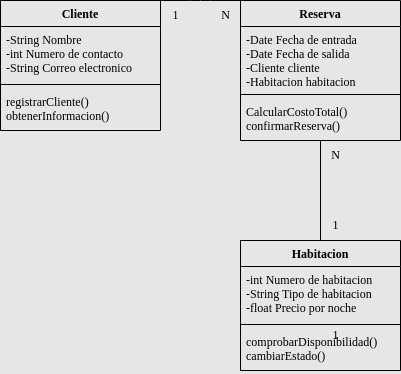
The draw.io diagram SistemaReservasHoteles.drawio.png in alexfdb/Diagramas-de-Clases, before a commit. Source tidied: cells renumbered, new cells last; positions are measured from the earlier drawing's top-left corner, leaving out a move shared by most shapes. The source it was exported from:
```xml
<mxGraphModel background="#E6E6E6">
  <root>
    <mxCell id="0" />
    <mxCell id="1" parent="0" />
    <mxCell id="2" value="Habitacion" style="swimlane;fontStyle=1;align=center;verticalAlign=top;horizontal=1;startSize=26;fontFamily=Times New Roman;fillColor=none;" parent="1" vertex="1">
      <mxGeometry x="240" y="240" width="160" height="130" as="geometry" />
    </mxCell>
    <mxCell id="3" value="-int Numero de habitacion&#10;-String Tipo de habitacion&#10;-float Precio por noche" style="text;strokeColor=none;fillColor=none;align=left;verticalAlign=top;spacingLeft=4;spacingRight=4;overflow=hidden;fontFamily=Times New Roman;" parent="2" vertex="1">
      <mxGeometry y="26" width="160" height="54" as="geometry" />
    </mxCell>
    <mxCell id="4" style="line;strokeWidth=1;fillColor=none;align=left;verticalAlign=middle;spacingTop=-1;spacingLeft=3;spacingRight=3;labelPosition=right;strokeColor=inherit;fontFamily=Times New Roman;" parent="2" vertex="1">
      <mxGeometry y="80" width="160" height="8" as="geometry" />
    </mxCell>
    <mxCell id="5" value="comprobarDisponibilidad()&#10;cambiarEstado()" style="text;strokeColor=none;fillColor=none;align=left;verticalAlign=top;spacingLeft=4;spacingRight=4;overflow=hidden;fontFamily=Times New Roman;" parent="2" vertex="1">
      <mxGeometry y="88" width="160" height="42" as="geometry" />
    </mxCell>
    <mxCell id="6" value="Cliente" style="swimlane;fontStyle=1;align=center;verticalAlign=top;horizontal=1;startSize=26;fontFamily=Times New Roman;fillColor=none;" parent="1" vertex="1">
      <mxGeometry width="160" height="130" as="geometry" />
    </mxCell>
    <mxCell id="7" value="-String Nombre&#10;-int Numero de contacto&#10;-String Correo electronico" style="text;strokeColor=none;fillColor=none;align=left;verticalAlign=top;spacingLeft=4;spacingRight=4;overflow=hidden;fontFamily=Times New Roman;" parent="6" vertex="1">
      <mxGeometry y="26" width="160" height="54" as="geometry" />
    </mxCell>
    <mxCell id="8" style="line;strokeWidth=1;fillColor=none;align=left;verticalAlign=middle;spacingTop=-1;spacingLeft=3;spacingRight=3;labelPosition=right;strokeColor=inherit;fontFamily=Times New Roman;" parent="6" vertex="1">
      <mxGeometry y="80" width="160" height="8" as="geometry" />
    </mxCell>
    <mxCell id="9" value="registrarCliente()&#10;obtenerInformacion()" style="text;strokeColor=none;fillColor=none;align=left;verticalAlign=top;spacingLeft=4;spacingRight=4;overflow=hidden;fontFamily=Times New Roman;" parent="6" vertex="1">
      <mxGeometry y="88" width="160" height="42" as="geometry" />
    </mxCell>
    <mxCell id="10" value="Reserva" style="swimlane;fontStyle=1;align=center;verticalAlign=top;horizontal=1;startSize=26;fontFamily=Times New Roman;fillColor=none;" parent="1" vertex="1">
      <mxGeometry x="240" width="160" height="140" as="geometry" />
    </mxCell>
    <mxCell id="11" value="-Date Fecha de entrada&#10;-Date Fecha de salida&#10;-Cliente cliente&#10;-Habitacion habitacion" style="text;strokeColor=none;fillColor=none;align=left;verticalAlign=top;spacingLeft=4;spacingRight=4;overflow=hidden;fontFamily=Times New Roman;" parent="10" vertex="1">
      <mxGeometry y="26" width="160" height="64" as="geometry" />
    </mxCell>
    <mxCell id="12" style="line;strokeWidth=1;fillColor=none;align=left;verticalAlign=middle;spacingTop=-1;spacingLeft=3;spacingRight=3;labelPosition=right;strokeColor=inherit;fontFamily=Times New Roman;" parent="10" vertex="1">
      <mxGeometry y="90" width="160" height="8" as="geometry" />
    </mxCell>
    <mxCell id="13" value="CalcularCostoTotal()&#10;confirmarReserva()" style="text;strokeColor=none;fillColor=none;align=left;verticalAlign=top;spacingLeft=4;spacingRight=4;overflow=hidden;fontFamily=Times New Roman;" parent="10" vertex="1">
      <mxGeometry y="98" width="160" height="42" as="geometry" />
    </mxCell>
    <mxCell id="14" style="edgeStyle=none;html=1;endArrow=none;endFill=0;fontFamily=Times New Roman;startArrow=none;startFill=0;entryX=1;entryY=0;entryDx=0;entryDy=0;exitX=0;exitY=0;exitDx=0;exitDy=0;" parent="1" edge="1" source="10" target="6">
      <mxGeometry relative="1" as="geometry">
        <Array as="points">
          <mxPoint x="200" />
        </Array>
      </mxGeometry>
    </mxCell>
    <mxCell id="15" style="edgeStyle=none;html=1;endArrow=none;endFill=0;fontFamily=Times New Roman;startArrow=none;startFill=0;" parent="1" edge="1" source="10" target="2">
      <mxGeometry relative="1" as="geometry" />
    </mxCell>
    <mxCell id="16" value="1" style="text;html=1;align=center;verticalAlign=middle;strokeColor=none;fillColor=none;fontFamily=Times New Roman;" parent="1" vertex="1">
      <mxGeometry x="160" width="30" height="30" as="geometry" />
    </mxCell>
    <mxCell id="17" value="N" style="text;html=1;align=center;verticalAlign=middle;strokeColor=none;fillColor=none;fontFamily=Times New Roman;" parent="1" vertex="1">
      <mxGeometry x="210" width="30" height="30" as="geometry" />
    </mxCell>
    <mxCell id="18" value="N" style="text;html=1;align=center;verticalAlign=middle;strokeColor=none;fillColor=none;fontFamily=Times New Roman;" parent="1" vertex="1">
      <mxGeometry x="320" y="140" width="30" height="30" as="geometry" />
    </mxCell>
    <mxCell id="19" value="1" style="text;html=1;align=center;verticalAlign=middle;strokeColor=none;fillColor=none;fontFamily=Times New Roman;" parent="1" vertex="1">
      <mxGeometry x="320" y="210" width="30" height="30" as="geometry" />
    </mxCell>
    <mxCell id="20" value="1" style="text;html=1;align=center;verticalAlign=middle;strokeColor=none;fillColor=none;fontFamily=Times New Roman;" parent="1" vertex="1">
      <mxGeometry x="320" y="320" width="30" height="30" as="geometry" />
    </mxCell>
  </root>
</mxGraphModel>
```
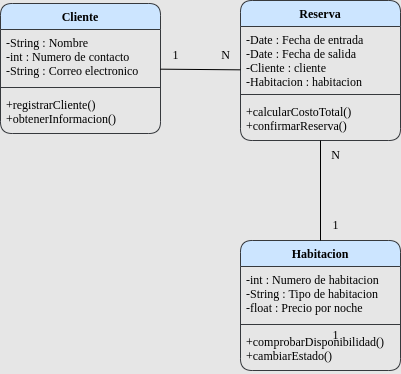
The same file after the commit.

The edit, as a diff of the source:
```diff
@@ -2,66 +2,62 @@
   <root>
     <mxCell id="0" />
     <mxCell id="1" parent="0" />
-    <mxCell id="2" value="Habitacion" style="swimlane;fontStyle=1;align=center;verticalAlign=top;horizontal=1;startSize=26;fontFamily=Times New Roman;fillColor=none;" parent="1" vertex="1">
+    <mxCell id="2" value="Habitacion" style="swimlane;fontStyle=1;align=center;verticalAlign=top;horizontal=1;startSize=26;fontFamily=Times New Roman;fillColor=#cce5ff;strokeColor=#36393d;rounded=1;" parent="1" vertex="1">
       <mxGeometry x="240" y="240" width="160" height="130" as="geometry" />
     </mxCell>
-    <mxCell id="3" value="-int Numero de habitacion&#10;-String Tipo de habitacion&#10;-float Precio por noche" style="text;strokeColor=none;fillColor=none;align=left;verticalAlign=top;spacingLeft=4;spacingRight=4;overflow=hidden;fontFamily=Times New Roman;" parent="2" vertex="1">
+    <mxCell id="3" value="-int : Numero de habitacion&#10;-String : Tipo de habitacion&#10;-float : Precio por noche" style="text;strokeColor=none;fillColor=none;align=left;verticalAlign=top;spacingLeft=4;spacingRight=4;overflow=hidden;fontFamily=Times New Roman;rounded=1;" parent="2" vertex="1">
       <mxGeometry y="26" width="160" height="54" as="geometry" />
     </mxCell>
-    <mxCell id="4" style="line;strokeWidth=1;fillColor=none;align=left;verticalAlign=middle;spacingTop=-1;spacingLeft=3;spacingRight=3;labelPosition=right;strokeColor=inherit;fontFamily=Times New Roman;" parent="2" vertex="1">
+    <mxCell id="4" style="line;strokeWidth=1;fillColor=none;align=left;verticalAlign=middle;spacingTop=-1;spacingLeft=3;spacingRight=3;labelPosition=right;strokeColor=inherit;fontFamily=Times New Roman;rounded=1;" parent="2" vertex="1">
       <mxGeometry y="80" width="160" height="8" as="geometry" />
     </mxCell>
-    <mxCell id="5" value="comprobarDisponibilidad()&#10;cambiarEstado()" style="text;strokeColor=none;fillColor=none;align=left;verticalAlign=top;spacingLeft=4;spacingRight=4;overflow=hidden;fontFamily=Times New Roman;" parent="2" vertex="1">
+    <mxCell id="5" value="+comprobarDisponibilidad()&#10;+cambiarEstado()" style="text;strokeColor=none;fillColor=none;align=left;verticalAlign=top;spacingLeft=4;spacingRight=4;overflow=hidden;fontFamily=Times New Roman;rounded=1;" parent="2" vertex="1">
       <mxGeometry y="88" width="160" height="42" as="geometry" />
     </mxCell>
-    <mxCell id="6" value="Cliente" style="swimlane;fontStyle=1;align=center;verticalAlign=top;horizontal=1;startSize=26;fontFamily=Times New Roman;fillColor=none;" parent="1" vertex="1">
-      <mxGeometry width="160" height="130" as="geometry" />
+    <mxCell id="6" value="Cliente" style="swimlane;fontStyle=1;align=center;verticalAlign=top;horizontal=1;startSize=26;fontFamily=Times New Roman;fillColor=#cce5ff;strokeColor=#36393d;rounded=1;" parent="1" vertex="1">
+      <mxGeometry y="3" width="160" height="130" as="geometry" />
     </mxCell>
-    <mxCell id="7" value="-String Nombre&#10;-int Numero de contacto&#10;-String Correo electronico" style="text;strokeColor=none;fillColor=none;align=left;verticalAlign=top;spacingLeft=4;spacingRight=4;overflow=hidden;fontFamily=Times New Roman;" parent="6" vertex="1">
+    <mxCell id="7" value="-String : Nombre&#10;-int : Numero de contacto&#10;-String : Correo electronico" style="text;strokeColor=none;fillColor=none;align=left;verticalAlign=top;spacingLeft=4;spacingRight=4;overflow=hidden;fontFamily=Times New Roman;rounded=1;" parent="6" vertex="1">
       <mxGeometry y="26" width="160" height="54" as="geometry" />
     </mxCell>
-    <mxCell id="8" style="line;strokeWidth=1;fillColor=none;align=left;verticalAlign=middle;spacingTop=-1;spacingLeft=3;spacingRight=3;labelPosition=right;strokeColor=inherit;fontFamily=Times New Roman;" parent="6" vertex="1">
+    <mxCell id="8" style="line;strokeWidth=1;fillColor=none;align=left;verticalAlign=middle;spacingTop=-1;spacingLeft=3;spacingRight=3;labelPosition=right;strokeColor=inherit;fontFamily=Times New Roman;rounded=1;" parent="6" vertex="1">
       <mxGeometry y="80" width="160" height="8" as="geometry" />
     </mxCell>
-    <mxCell id="9" value="registrarCliente()&#10;obtenerInformacion()" style="text;strokeColor=none;fillColor=none;align=left;verticalAlign=top;spacingLeft=4;spacingRight=4;overflow=hidden;fontFamily=Times New Roman;" parent="6" vertex="1">
+    <mxCell id="9" value="+registrarCliente()&#10;+obtenerInformacion()" style="text;strokeColor=none;fillColor=none;align=left;verticalAlign=top;spacingLeft=4;spacingRight=4;overflow=hidden;fontFamily=Times New Roman;rounded=1;" parent="6" vertex="1">
       <mxGeometry y="88" width="160" height="42" as="geometry" />
     </mxCell>
-    <mxCell id="10" value="Reserva" style="swimlane;fontStyle=1;align=center;verticalAlign=top;horizontal=1;startSize=26;fontFamily=Times New Roman;fillColor=none;" parent="1" vertex="1">
+    <mxCell id="10" value="Reserva" style="swimlane;fontStyle=1;align=center;verticalAlign=top;horizontal=1;startSize=26;fontFamily=Times New Roman;fillColor=#cce5ff;strokeColor=#36393d;rounded=1;" parent="1" vertex="1">
       <mxGeometry x="240" width="160" height="140" as="geometry" />
     </mxCell>
-    <mxCell id="11" value="-Date Fecha de entrada&#10;-Date Fecha de salida&#10;-Cliente cliente&#10;-Habitacion habitacion" style="text;strokeColor=none;fillColor=none;align=left;verticalAlign=top;spacingLeft=4;spacingRight=4;overflow=hidden;fontFamily=Times New Roman;" parent="10" vertex="1">
+    <mxCell id="11" value="-Date : Fecha de entrada&#10;-Date : Fecha de salida&#10;-Cliente : cliente&#10;-Habitacion : habitacion" style="text;strokeColor=none;fillColor=none;align=left;verticalAlign=top;spacingLeft=4;spacingRight=4;overflow=hidden;fontFamily=Times New Roman;rounded=1;" parent="10" vertex="1">
       <mxGeometry y="26" width="160" height="64" as="geometry" />
     </mxCell>
-    <mxCell id="12" style="line;strokeWidth=1;fillColor=none;align=left;verticalAlign=middle;spacingTop=-1;spacingLeft=3;spacingRight=3;labelPosition=right;strokeColor=inherit;fontFamily=Times New Roman;" parent="10" vertex="1">
+    <mxCell id="12" style="line;strokeWidth=1;fillColor=none;align=left;verticalAlign=middle;spacingTop=-1;spacingLeft=3;spacingRight=3;labelPosition=right;strokeColor=inherit;fontFamily=Times New Roman;rounded=1;" parent="10" vertex="1">
       <mxGeometry y="90" width="160" height="8" as="geometry" />
     </mxCell>
-    <mxCell id="13" value="CalcularCostoTotal()&#10;confirmarReserva()" style="text;strokeColor=none;fillColor=none;align=left;verticalAlign=top;spacingLeft=4;spacingRight=4;overflow=hidden;fontFamily=Times New Roman;" parent="10" vertex="1">
+    <mxCell id="13" value="+calcularCostoTotal()&#10;+confirmarReserva()" style="text;strokeColor=none;fillColor=none;align=left;verticalAlign=top;spacingLeft=4;spacingRight=4;overflow=hidden;fontFamily=Times New Roman;rounded=1;" parent="10" vertex="1">
       <mxGeometry y="98" width="160" height="42" as="geometry" />
     </mxCell>
-    <mxCell id="14" style="edgeStyle=none;html=1;endArrow=none;endFill=0;fontFamily=Times New Roman;startArrow=none;startFill=0;entryX=1;entryY=0;entryDx=0;entryDy=0;exitX=0;exitY=0;exitDx=0;exitDy=0;" parent="1" edge="1" source="10" target="6">
-      <mxGeometry relative="1" as="geometry">
-        <Array as="points">
-          <mxPoint x="200" />
-        </Array>
-      </mxGeometry>
-    </mxCell>
     <mxCell id="15" style="edgeStyle=none;html=1;endArrow=none;endFill=0;fontFamily=Times New Roman;startArrow=none;startFill=0;" parent="1" edge="1" source="10" target="2">
       <mxGeometry relative="1" as="geometry" />
     </mxCell>
-    <mxCell id="16" value="1" style="text;html=1;align=center;verticalAlign=middle;strokeColor=none;fillColor=none;fontFamily=Times New Roman;" parent="1" vertex="1">
-      <mxGeometry x="160" width="30" height="30" as="geometry" />
+    <mxCell id="16" value="1" style="text;html=1;align=center;verticalAlign=middle;strokeColor=none;fillColor=none;fontFamily=Times New Roman;rounded=1;" parent="1" vertex="1">
+      <mxGeometry x="160" y="40" width="30" height="30" as="geometry" />
     </mxCell>
-    <mxCell id="17" value="N" style="text;html=1;align=center;verticalAlign=middle;strokeColor=none;fillColor=none;fontFamily=Times New Roman;" parent="1" vertex="1">
-      <mxGeometry x="210" width="30" height="30" as="geometry" />
+    <mxCell id="17" value="N" style="text;html=1;align=center;verticalAlign=middle;strokeColor=none;fillColor=none;fontFamily=Times New Roman;rounded=1;" parent="1" vertex="1">
+      <mxGeometry x="210" y="40" width="30" height="30" as="geometry" />
     </mxCell>
-    <mxCell id="18" value="N" style="text;html=1;align=center;verticalAlign=middle;strokeColor=none;fillColor=none;fontFamily=Times New Roman;" parent="1" vertex="1">
+    <mxCell id="18" value="N" style="text;html=1;align=center;verticalAlign=middle;strokeColor=none;fillColor=none;fontFamily=Times New Roman;rounded=1;" parent="1" vertex="1">
       <mxGeometry x="320" y="140" width="30" height="30" as="geometry" />
     </mxCell>
-    <mxCell id="19" value="1" style="text;html=1;align=center;verticalAlign=middle;strokeColor=none;fillColor=none;fontFamily=Times New Roman;" parent="1" vertex="1">
+    <mxCell id="19" value="1" style="text;html=1;align=center;verticalAlign=middle;strokeColor=none;fillColor=none;fontFamily=Times New Roman;rounded=1;" parent="1" vertex="1">
       <mxGeometry x="320" y="210" width="30" height="30" as="geometry" />
     </mxCell>
-    <mxCell id="20" value="1" style="text;html=1;align=center;verticalAlign=middle;strokeColor=none;fillColor=none;fontFamily=Times New Roman;" parent="1" vertex="1">
+    <mxCell id="20" value="1" style="text;html=1;align=center;verticalAlign=middle;strokeColor=none;fillColor=none;fontFamily=Times New Roman;rounded=1;" parent="1" vertex="1">
       <mxGeometry x="320" y="320" width="30" height="30" as="geometry" />
     </mxCell>
+    <mxCell id="21" style="edgeStyle=none;html=1;endArrow=none;endFill=0;" parent="1" edge="1" source="6" target="10">
+      <mxGeometry relative="1" as="geometry" />
+    </mxCell>
   </root>
 </mxGraphModel>
```
